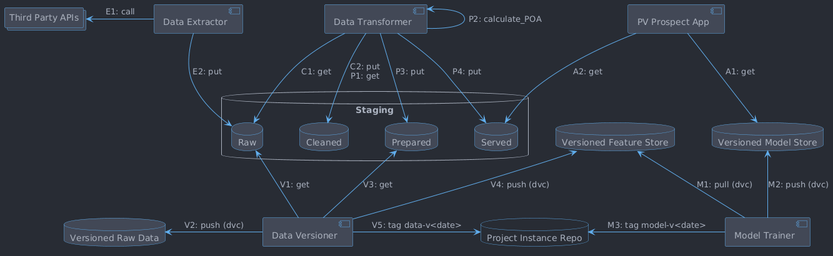
rjferrier/pv-prospect keeps this PlantUML diagram as doc/architecture.png. Above is the earlier version.
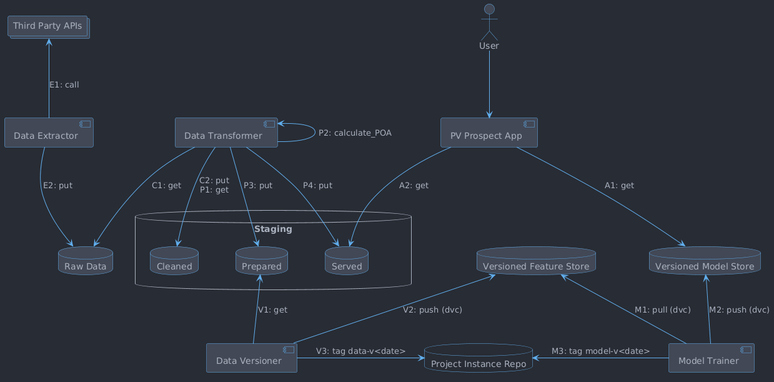
After the change.

Commit message:
archive-raw-data: finalise — migration complete, docs updated, task closed

The edit, as a diff of the source:
```diff
@@ -8,14 +8,14 @@
 
 collections "Third Party APIs" as ThirdPartyAPIs
 
+database "Raw Data" as RawData
+
 database Staging {
-    database "Raw" as StagingRaw
     database "Cleaned" as StagingCleaned
     database "Prepared" as StagingPrepared
     database "Served" as StagingServed
 }
 
-database "Versioned Raw Data" as VersionedRaw
 database "Versioned Feature Store" as VersionedFeature
 
 database "Versioned Model Store" as VersionedModel
@@ -29,33 +29,37 @@
 
 component "PV Prospect App" as PvProspectApp
 
+actor User
+
+
+RawData -[hidden]> Staging
 
 StagingCleaned -[hidden]> StagingPrepared
-StagingRaw -[hidden]> StagingCleaned
+RawData -[hidden]> StagingCleaned
 StagingPrepared -[hidden]> StagingServed
 
 PvProspectApp --> VersionedModel : A1: get
 PvProspectApp --> StagingServed : A2: get
 
-ThirdPartyAPIs <- DataExtractor : E1: call
-DataExtractor --> StagingRaw : E2: put
+ThirdPartyAPIs <-- DataExtractor : E1: call
+DataExtractor --> RawData : E2: put
 
-DataTransformer --> StagingRaw : C1: get
+DataTransformer --> RawData : C1: get
 DataTransformer --> StagingCleaned : C2: put\nP1: get
 
 DataTransformer <- DataTransformer : P2: calculate_POA
 DataTransformer --> StagingPrepared : P3: put
 DataTransformer --> StagingServed : P4: put
 
-StagingRaw <-- DataVersioner : V1: get
-VersionedRaw <- DataVersioner : V2: push (dvc)
-
-StagingPrepared <-- DataVersioner : V3: get
-VersionedFeature <-- DataVersioner : V4: push (dvc)
-DataVersioner -> ProjectInstanceRepo : V5: tag data-v<date>
+StagingPrepared <-- DataVersioner : V1: get
+VersionedFeature <-- DataVersioner : V2: push (dvc)
+DataVersioner -> ProjectInstanceRepo : V3: tag data-v<date>
 
 VersionedFeature <-- ModelTrainer : M1: pull (dvc)
 VersionedModel <-- ModelTrainer : M2: push (dvc)
 ProjectInstanceRepo <- ModelTrainer : M3: tag model-v<date>
 
+User --> PvProspectApp
+
+
 @enduml
```
